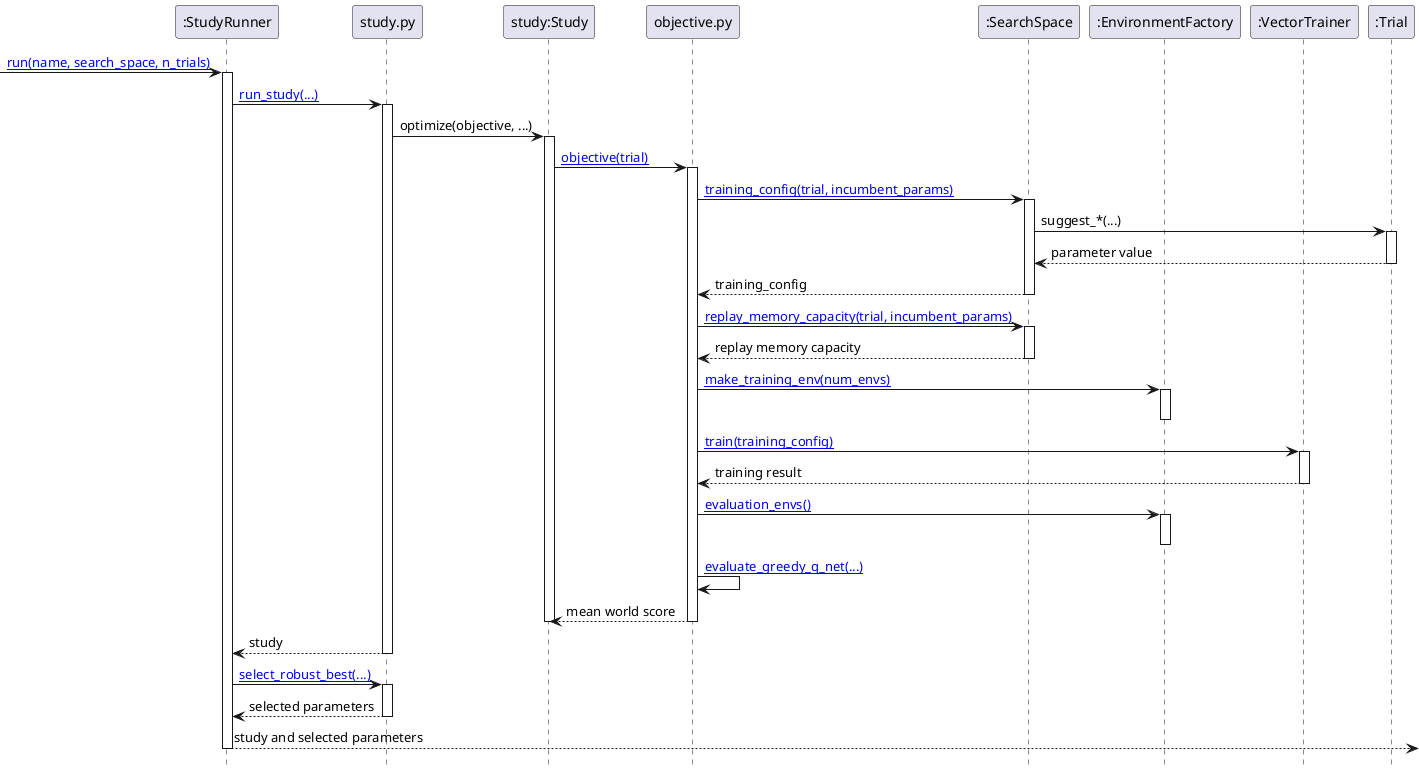
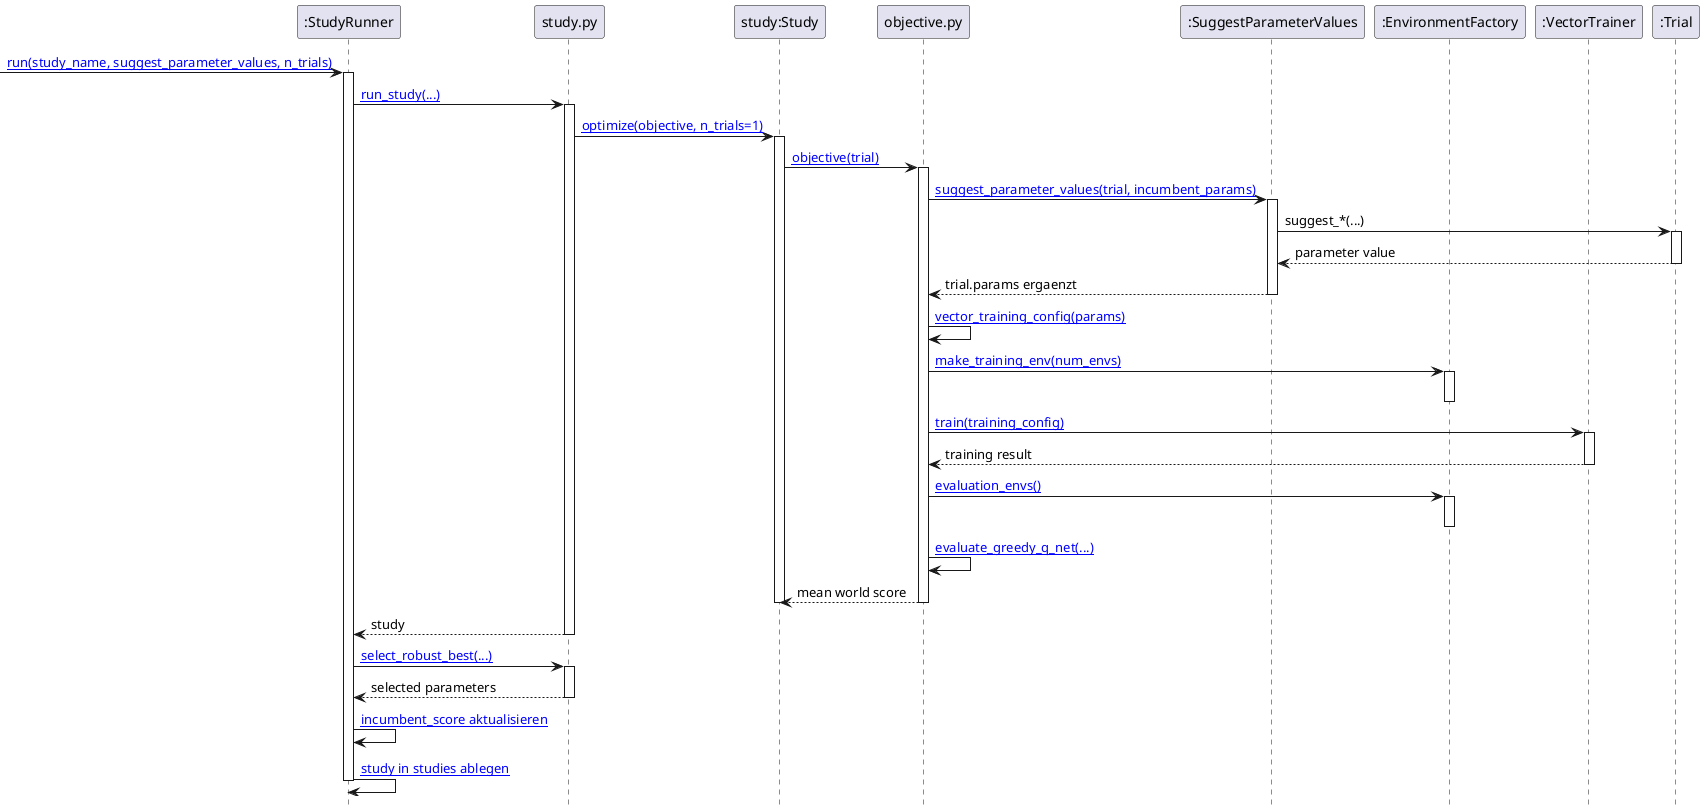
@startuml

hide footbox

participant ":StudyRunner" as runner
participant "study.py" as study_module
participant "study:Study" as study
participant "objective.py" as objective
- participant ":SearchSpace" as search_space
+ participant ":SuggestParameterValues" as suggest_parameter_values
participant ":EnvironmentFactory" as environment_factory
participant ":VectorTrainer" as trainer
participant ":Trial" as trial

- url of runner is [[vscode://file/C:/Users/mwehle/Documents/_P/KI/rl_lab/hpo/src/hpo/study.py:53:1]]
+ url of runner is [[vscode://file/C:/Users/mwehle/Documents/_P/KI/rl_lab/hpo/src/hpo/study.py:52:1]]
url of study_module is [[vscode://file/C:/Users/mwehle/Documents/_P/KI/rl_lab/hpo/src/hpo/study.py:1:1]]
- url of objective is [[vscode://file/C:/Users/mwehle/Documents/_P/KI/rl_lab/hpo/src/hpo/objective.py:1:1]]
- url of search_space is [[vscode://file/C:/Users/mwehle/Documents/_P/KI/rl_lab/hpo/src/hpo/objective.py:18:1]]
- url of environment_factory is [[vscode://file/C:/Users/mwehle/Documents/_P/KI/rl_lab/hpo/src/hpo/objective.py:28:1]]
- url of trainer is [[vscode://file/C:/Users/mwehle/Documents/_P/KI/rl_lab/dqn/src/dqn/vector_training.py:112:1]]
+ url of study is [[vscode://file/C:/Users/mwehle/Documents/_P/KI/rl_lab/hpo/src/hpo/study.py:279:1]]
+ url of objective is [[vscode://file/C:/Users/mwehle/Documents/_P/KI/rl_lab/hpo/src/hpo/objective.py:134:1]]
+ url of suggest_parameter_values is [[vscode://file/C:/Users/mwehle/Documents/_P/KI/rl_lab/hpo/src/hpo/objective.py:19:1]]
+ url of environment_factory is [[vscode://file/C:/Users/mwehle/Documents/_P/KI/rl_lab/hpo/src/hpo/objective.py:23:1]]
+ url of trainer is [[vscode://file/C:/Users/mwehle/Documents/_P/KI/rl_lab/dqn/src/dqn/vector_training.py:115:1]]
+ url of trial is [[vscode://file/C:/Users/mwehle/Documents/_P/KI/rl_lab/hpo/src/hpo/objective.py:142:1]]

- [-> runner : [[vscode://file/C:/Users/mwehle/Documents/_P/KI/rl_lab/hpo/src/hpo/study.py:73:1 run(name, search_space, n_trials)]]
+ [-> runner : [[vscode://file/C:/Users/mwehle/Documents/_P/KI/rl_lab/hpo/src/hpo/study.py:71:1 run(study_name, suggest_parameter_values, n_trials)]]
activate runner

- runner -> study_module : [[vscode://file/C:/Users/mwehle/Documents/_P/KI/rl_lab/hpo/src/hpo/study.py:131:1 run_study(...)]]
+ runner -> study_module : [[vscode://file/C:/Users/mwehle/Documents/_P/KI/rl_lab/hpo/src/hpo/study.py:127:1 run_study(...)]]
activate study_module

- study_module -> study : optimize(objective, ...)
+ study_module -> study : [[vscode://file/C:/Users/mwehle/Documents/_P/KI/rl_lab/hpo/src/hpo/study.py:173:1 optimize(objective, n_trials=1)]]
activate study

- study -> objective : [[vscode://file/C:/Users/mwehle/Documents/_P/KI/rl_lab/hpo/src/hpo/objective.py:69:1 objective(trial)]]
+ study -> objective : [[vscode://file/C:/Users/mwehle/Documents/_P/KI/rl_lab/hpo/src/hpo/objective.py:142:1 objective(trial)]]
activate objective

- objective -> search_space : [[vscode://file/C:/Users/mwehle/Documents/_P/KI/rl_lab/hpo/src/hpo/objective.py:19:1 training_config(trial, incumbent_params)]]
- activate search_space
- search_space -> trial : suggest_*(...)
+ objective -> suggest_parameter_values : [[vscode://file/C:/Users/mwehle/Documents/_P/KI/rl_lab/hpo/src/hpo/objective.py:143:1 suggest_parameter_values(trial, incumbent_params)]]
+ activate suggest_parameter_values
+ suggest_parameter_values -> trial : suggest_*(...)
activate trial
- trial --> search_space : parameter value
+ trial --> suggest_parameter_values : parameter value
deactivate trial
- search_space --> objective : training_config
- deactivate search_space
+ suggest_parameter_values --> objective : trial.params ergaenzt
+ deactivate suggest_parameter_values

- objective -> search_space : [[vscode://file/C:/Users/mwehle/Documents/_P/KI/rl_lab/hpo/src/hpo/objective.py:23:1 replay_memory_capacity(trial, incumbent_params)]]
- activate search_space
- search_space --> objective : replay memory capacity
- deactivate search_space
+ objective -> objective : [[vscode://file/C:/Users/mwehle/Documents/_P/KI/rl_lab/hpo/src/hpo/objective.py:205:1 vector_training_config(params)]]

- objective -> environment_factory : [[vscode://file/C:/Users/mwehle/Documents/_P/KI/rl_lab/hpo/src/hpo/objective.py:29:1 make_training_env(num_envs)]]
+ objective -> environment_factory : [[vscode://file/C:/Users/mwehle/Documents/_P/KI/rl_lab/hpo/src/hpo/objective.py:23:1 make_training_env(num_envs)]]
activate environment_factory
deactivate environment_factory

- objective -> trainer : [[vscode://file/C:/Users/mwehle/Documents/_P/KI/rl_lab/dqn/src/dqn/vector_training.py:163:1 train(training_config)]]
+ objective -> trainer : [[vscode://file/C:/Users/mwehle/Documents/_P/KI/rl_lab/dqn/src/dqn/vector_training.py:166:1 train(training_config)]]
activate trainer
trainer --> objective : training result
deactivate trainer

- objective -> environment_factory : [[vscode://file/C:/Users/mwehle/Documents/_P/KI/rl_lab/hpo/src/hpo/objective.py:31:1 evaluation_envs()]]
+ objective -> environment_factory : [[vscode://file/C:/Users/mwehle/Documents/_P/KI/rl_lab/hpo/src/hpo/objective.py:26:1 evaluation_envs()]]
activate environment_factory
deactivate environment_factory

- objective -> objective : [[vscode://file/C:/Users/mwehle/Documents/_P/KI/rl_lab/hpo/src/hpo/objective.py:129:1 evaluate_greedy_q_net(...)]]
+ objective -> objective : [[vscode://file/C:/Users/mwehle/Documents/_P/KI/rl_lab/hpo/src/hpo/objective.py:221:1 evaluate_greedy_q_net(...)]]

objective --> study : mean world score
deactivate objective
deactivate study

study_module --> runner : study
deactivate study_module

- runner -> study_module : [[vscode://file/C:/Users/mwehle/Documents/_P/KI/rl_lab/hpo/src/hpo/study.py:196:1 select_robust_best(...)]]
+ runner -> study_module : [[vscode://file/C:/Users/mwehle/Documents/_P/KI/rl_lab/hpo/src/hpo/study.py:182:1 select_robust_best(...)]]
activate study_module
study_module --> runner : selected parameters
deactivate study_module

- runner -->] : study and selected parameters
+ runner -> runner : [[vscode://file/C:/Users/mwehle/Documents/_P/KI/rl_lab/hpo/src/hpo/study.py:114:1 incumbent_score aktualisieren]]
+ runner -> runner : [[vscode://file/C:/Users/mwehle/Documents/_P/KI/rl_lab/hpo/src/hpo/study.py:123:1 study in studies ablegen]]
deactivate runner

@enduml
